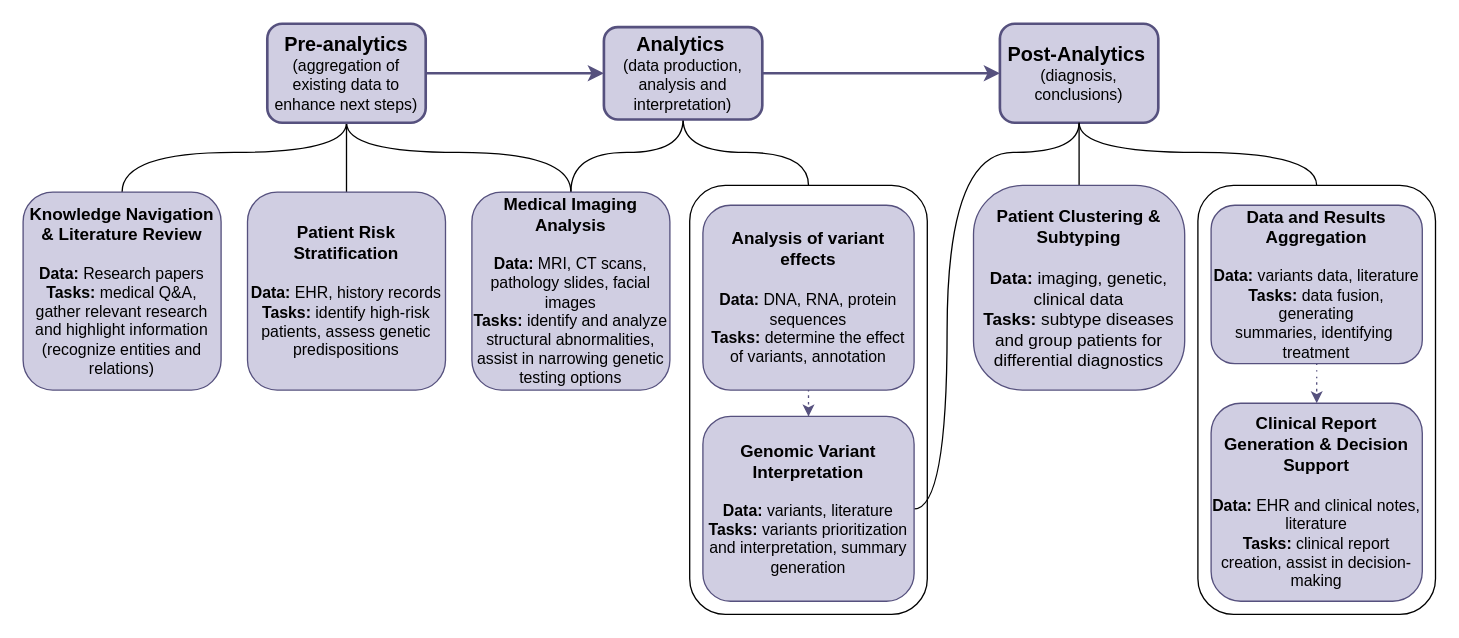
Earlier version of the draw.io diagram imgs/LLM_medical_v4.drawio (TohaRhymes/llm_in_diagnostics). Source tidied: cells renumbered, new cells numbered last; positions are measured from the earlier drawing's top-left corner, leaving out a move shared by most shapes. Both pictures are drawn from the tidied source at 132%, with x=0, y=0 at pixel (22, 22).
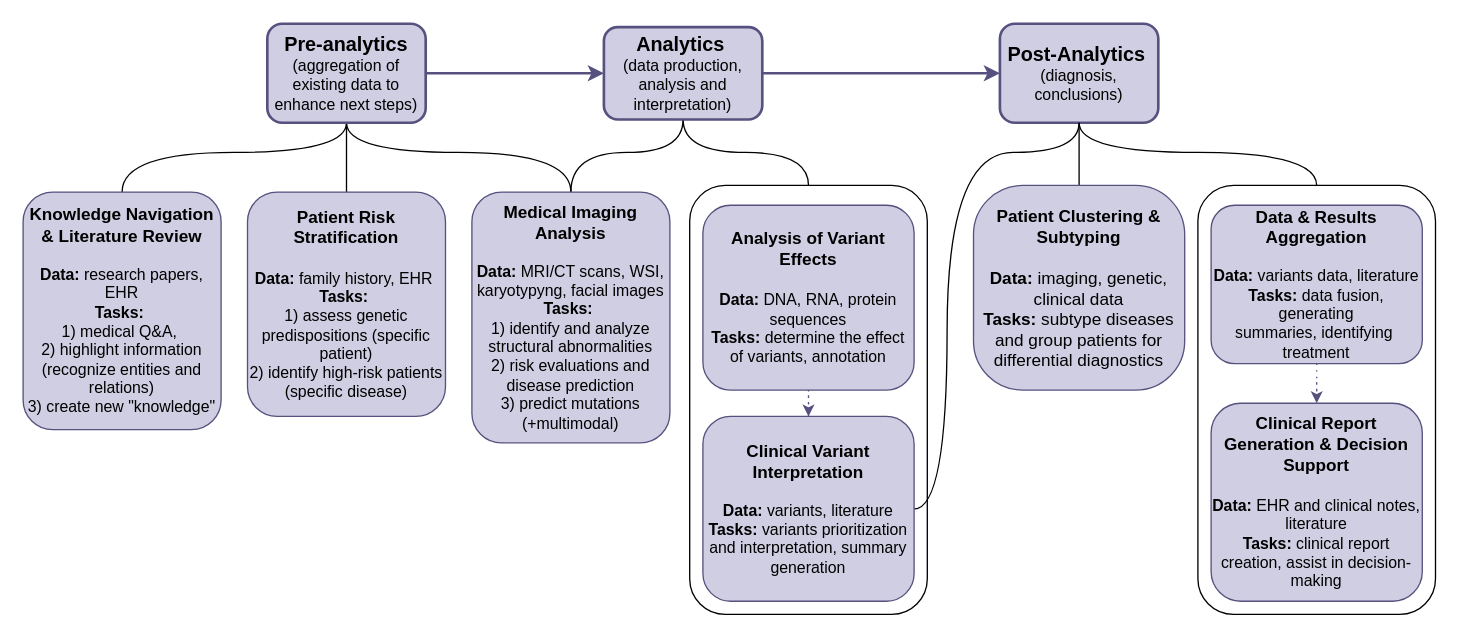
The same page after the edit.

Change to the diagram source:
```diff
@@
-    <mxCell id="13" value="&lt;div&gt;&lt;span style=&quot;font-size: 13px;&quot;&gt;&lt;b&gt;Patient Risk Stratification&lt;/b&gt;&lt;/span&gt;&lt;br&gt;&lt;/div&gt;&lt;div&gt;&lt;span style=&quot;font-size: 13px;&quot;&gt;&lt;b&gt;&lt;br&gt;&lt;/b&gt;&lt;/span&gt;&lt;/div&gt;&lt;div&gt;&lt;b&gt;Data:&lt;/b&gt; EHR, history records&lt;/div&gt;&lt;div&gt;&lt;b&gt;Tasks:&amp;nbsp;&lt;/b&gt;&lt;span style=&quot;background-color: initial;&quot;&gt;identify high-risk patients, assess genetic predispositions&lt;/span&gt;&lt;/div&gt;" style="whiteSpace=wrap;html=1;fillColor=#d0cee2;strokeColor=#56517e;rounded=1;" parent="1" vertex="1">
-      <mxGeometry x="170" y="128" width="150" height="150" as="geometry" />
+    <mxCell id="13" value="&lt;div&gt;&lt;span style=&quot;font-size: 13px;&quot;&gt;&lt;b&gt;Patient Risk Stratification&lt;/b&gt;&lt;/span&gt;&lt;br&gt;&lt;/div&gt;&lt;div&gt;&lt;span style=&quot;font-size: 13px;&quot;&gt;&lt;b&gt;&lt;br&gt;&lt;/b&gt;&lt;/span&gt;&lt;/div&gt;&lt;div&gt;&lt;b&gt;Data:&lt;/b&gt;&amp;nbsp;&lt;span style=&quot;background-color: transparent;&quot;&gt;family history,&amp;nbsp;&lt;/span&gt;&lt;span style=&quot;background-color: transparent;&quot;&gt;EHR&amp;nbsp;&lt;/span&gt;&lt;/div&gt;&lt;div&gt;&lt;b&gt;Tasks:&amp;nbsp;&lt;/b&gt;&lt;/div&gt;&lt;div&gt;&lt;span style=&quot;background-color: transparent;&quot;&gt;1) assess genetic predispositions (specific patient)&lt;/span&gt;&lt;/div&gt;&lt;div&gt;&lt;span style=&quot;background-color: initial;&quot;&gt;2) identify high-risk patients (specific disease)&lt;br&gt;&lt;/span&gt;&lt;/div&gt;" style="whiteSpace=wrap;html=1;fillColor=#d0cee2;strokeColor=#56517e;rounded=1;" parent="1" vertex="1">
+      <mxGeometry x="170" y="128" width="150" height="170" as="geometry" />
     </mxCell>
-    <mxCell id="14" value="&lt;span style=&quot;font-size: 13px;&quot;&gt;&lt;b&gt;Knowledge Navigation &amp;amp; Literature Review&lt;/b&gt;&lt;/span&gt;&lt;br&gt;&lt;div&gt;&lt;br&gt;&lt;/div&gt;&lt;div style=&quot;&quot;&gt;&lt;b&gt;Data:&lt;/b&gt;&amp;nbsp;&lt;span style=&quot;background-color: initial;&quot;&gt;Research papers&lt;/span&gt;&lt;/div&gt;&lt;div style=&quot;&quot;&gt;&lt;span style=&quot;background-color: initial;&quot;&gt;&lt;b&gt;Tasks:&lt;/b&gt;&amp;nbsp;medical Q&amp;amp;A, g&lt;/span&gt;&lt;span style=&quot;background-color: initial;&quot;&gt;ather relevant research and highlight information (recognize entities and relations)&lt;/span&gt;&lt;/div&gt;" style="whiteSpace=wrap;html=1;fillColor=#d0cee2;strokeColor=#56517e;rounded=1;" parent="1" vertex="1">
-      <mxGeometry y="128" width="150" height="150" as="geometry" />
+    <mxCell id="14" value="&lt;span style=&quot;font-size: 13px;&quot;&gt;&lt;b&gt;Knowledge Navigation &amp;amp; Literature Review&lt;/b&gt;&lt;/span&gt;&lt;br&gt;&lt;div&gt;&lt;br&gt;&lt;/div&gt;&lt;div style=&quot;&quot;&gt;&lt;b&gt;Data:&lt;/b&gt;&amp;nbsp;&lt;span style=&quot;background-color: initial;&quot;&gt;research papers, EHR&lt;/span&gt;&lt;/div&gt;&lt;div style=&quot;&quot;&gt;&lt;span style=&quot;background-color: initial;&quot;&gt;&lt;b&gt;Tasks:&lt;/b&gt;&amp;nbsp;&lt;/span&gt;&lt;/div&gt;&lt;div style=&quot;&quot;&gt;&lt;span style=&quot;background-color: initial;&quot;&gt;1) medical Q&amp;amp;A,&amp;nbsp;&lt;/span&gt;&lt;/div&gt;&lt;div style=&quot;&quot;&gt;&lt;span style=&quot;background-color: initial;&quot;&gt;2) highlight information (recognize entities and relations)&lt;/span&gt;&lt;/div&gt;&lt;div style=&quot;&quot;&gt;&lt;span style=&quot;background-color: initial;&quot;&gt;3) create new &quot;knowledge&quot;&lt;/span&gt;&lt;/div&gt;" style="whiteSpace=wrap;html=1;fillColor=#d0cee2;strokeColor=#56517e;rounded=1;" parent="1" vertex="1">
+      <mxGeometry y="128" width="150" height="180" as="geometry" />
     </mxCell>
@@
-    <mxCell id="16" value="&lt;div&gt;&lt;span style=&quot;font-size: 13px;&quot;&gt;&lt;b&gt;Analysis of variant effects&lt;/b&gt;&lt;/span&gt;&lt;/div&gt;&lt;div&gt;&lt;span style=&quot;font-size: 13px;&quot;&gt;&lt;b&gt;&lt;br&gt;&lt;/b&gt;&lt;/span&gt;&lt;/div&gt;&lt;div&gt;&lt;b&gt;Data:&lt;/b&gt;&amp;nbsp;DNA, RNA, protein sequences&lt;/div&gt;&lt;div&gt;&lt;b style=&quot;background-color: initial;&quot;&gt;Tasks:&lt;/b&gt;&lt;span style=&quot;background-color: initial;&quot;&gt;&amp;nbsp;&lt;/span&gt;&lt;span style=&quot;background-color: initial;&quot;&gt;determine the effect of variants,&amp;nbsp;&lt;/span&gt;&lt;span style=&quot;background-color: initial;&quot;&gt;annotation&lt;br&gt;&lt;/span&gt;&lt;/div&gt;" style="whiteSpace=wrap;html=1;fillColor=#d0cee2;strokeColor=#56517e;rounded=1;" parent="1" vertex="1">
+    <mxCell id="16" value="&lt;div&gt;&lt;span style=&quot;font-size: 13px;&quot;&gt;&lt;b&gt;Analysis of Variant Effects&lt;/b&gt;&lt;/span&gt;&lt;/div&gt;&lt;div&gt;&lt;span style=&quot;font-size: 13px;&quot;&gt;&lt;b&gt;&lt;br&gt;&lt;/b&gt;&lt;/span&gt;&lt;/div&gt;&lt;div&gt;&lt;b&gt;Data:&lt;/b&gt;&amp;nbsp;DNA, RNA, protein sequences&lt;/div&gt;&lt;div&gt;&lt;b style=&quot;background-color: initial;&quot;&gt;Tasks:&lt;/b&gt;&lt;span style=&quot;background-color: initial;&quot;&gt;&amp;nbsp;&lt;/span&gt;&lt;span style=&quot;background-color: initial;&quot;&gt;determine the effect of variants,&amp;nbsp;&lt;/span&gt;&lt;span style=&quot;background-color: initial;&quot;&gt;annotation&lt;br&gt;&lt;/span&gt;&lt;/div&gt;" style="whiteSpace=wrap;html=1;fillColor=#d0cee2;strokeColor=#56517e;rounded=1;" parent="1" vertex="1">
       <mxGeometry x="515" y="138" width="160" height="140" as="geometry" />
     </mxCell>
-    <mxCell id="17" value="&lt;span style=&quot;font-size: 13px;&quot;&gt;&lt;b&gt;Genomic Variant Interpretation&lt;/b&gt;&lt;/span&gt;&lt;br&gt;&lt;div&gt;&lt;div&gt;&lt;br&gt;&lt;/div&gt;&lt;div&gt;&lt;b&gt;Data:&lt;/b&gt;&amp;nbsp;variants, literature&lt;/div&gt;&lt;div&gt;&lt;b&gt;Tasks:&lt;/b&gt;&amp;nbsp;variants prioritization and&amp;nbsp;&lt;span style=&quot;background-color: initial;&quot;&gt;interpretation, summary generation&lt;/span&gt;&lt;/div&gt;&lt;/div&gt;" style="whiteSpace=wrap;html=1;fillColor=#d0cee2;strokeColor=#56517e;rounded=1;" parent="1" vertex="1">
+    <mxCell id="17" value="&lt;span style=&quot;font-size: 13px;&quot;&gt;&lt;b&gt;Clinical Variant Interpretation&lt;/b&gt;&lt;/span&gt;&lt;br&gt;&lt;div&gt;&lt;div&gt;&lt;br&gt;&lt;/div&gt;&lt;div&gt;&lt;b&gt;Data:&lt;/b&gt;&amp;nbsp;variants, literature&lt;/div&gt;&lt;div&gt;&lt;b&gt;Tasks:&lt;/b&gt;&amp;nbsp;variants prioritization and&amp;nbsp;&lt;span style=&quot;background-color: initial;&quot;&gt;interpretation, summary generation&lt;/span&gt;&lt;/div&gt;&lt;/div&gt;" style="whiteSpace=wrap;html=1;fillColor=#d0cee2;strokeColor=#56517e;rounded=1;" parent="1" vertex="1">
       <mxGeometry x="515" y="298" width="160" height="140" as="geometry" />
     </mxCell>
-    <mxCell id="18" value="&lt;span style=&quot;font-size: 13px;&quot;&gt;&lt;b&gt;Medical Imaging Analysis&lt;/b&gt;&lt;/span&gt;&lt;br&gt;&lt;div&gt;&lt;div&gt;&lt;br&gt;&lt;/div&gt;&lt;div&gt;&lt;b&gt;Data:&lt;/b&gt;&amp;nbsp;MRI, CT scans, pathology slides, facial images&lt;/div&gt;&lt;div&gt;&lt;b&gt;Tasks:&lt;/b&gt;&amp;nbsp;identify and analyze structural abnormalities, assist in narrowing genetic testing options&lt;/div&gt;&lt;/div&gt;" style="whiteSpace=wrap;html=1;fillColor=#d0cee2;strokeColor=#56517e;rounded=1;" parent="1" vertex="1">
-      <mxGeometry x="340" y="128" width="150" height="150" as="geometry" />
+    <mxCell id="18" value="&lt;span style=&quot;font-size: 13px;&quot;&gt;&lt;b&gt;Medical Imaging Analysis&lt;/b&gt;&lt;/span&gt;&lt;br&gt;&lt;div&gt;&lt;div&gt;&lt;br&gt;&lt;/div&gt;&lt;div&gt;&lt;b&gt;Data:&lt;/b&gt;&amp;nbsp;MRI/CT scans, WSI, karyotypyng, facial images&lt;/div&gt;&lt;div&gt;&lt;b&gt;Tasks:&lt;/b&gt;&amp;nbsp;&lt;/div&gt;&lt;div&gt;1) identify and analyze structural abnormalities&lt;/div&gt;&lt;div&gt;2) risk evaluations and disease prediction&lt;/div&gt;&lt;/div&gt;&lt;div&gt;3) predict mutations (+multimodal)&lt;/div&gt;" style="whiteSpace=wrap;html=1;fillColor=#d0cee2;strokeColor=#56517e;rounded=1;" parent="1" vertex="1">
+      <mxGeometry x="340" y="128" width="150" height="190" as="geometry" />
     </mxCell>
@@
-    <mxCell id="24" value="&lt;span style=&quot;font-size: 13px;&quot;&gt;&lt;b&gt;Data and Results Aggregation&lt;/b&gt;&lt;/span&gt;&lt;br&gt;&lt;div&gt;&lt;div&gt;&lt;br&gt;&lt;/div&gt;&lt;div&gt;&lt;b&gt;Data:&lt;/b&gt;&amp;nbsp;variants data, literature&lt;/div&gt;&lt;div&gt;&lt;b&gt;Tasks:&lt;/b&gt;&amp;nbsp;data fusion, generating summaries,&amp;nbsp;identifying&amp;nbsp; treatment&lt;/div&gt;&lt;/div&gt;" style="whiteSpace=wrap;html=1;fillColor=#d0cee2;strokeColor=#56517e;rounded=1;" parent="1" vertex="1">
+    <mxCell id="24" value="&lt;span style=&quot;font-size: 13px;&quot;&gt;&lt;b&gt;Data &amp;amp; Results Aggregation&lt;/b&gt;&lt;/span&gt;&lt;br&gt;&lt;div&gt;&lt;div&gt;&lt;br&gt;&lt;/div&gt;&lt;div&gt;&lt;b&gt;Data:&lt;/b&gt;&amp;nbsp;variants data, literature&lt;/div&gt;&lt;div&gt;&lt;b&gt;Tasks:&lt;/b&gt;&amp;nbsp;data fusion, generating summaries,&amp;nbsp;identifying&amp;nbsp; treatment&lt;/div&gt;&lt;/div&gt;" style="whiteSpace=wrap;html=1;fillColor=#d0cee2;strokeColor=#56517e;rounded=1;" parent="1" vertex="1">
       <mxGeometry x="900" y="138" width="160" height="120" as="geometry" />
     </mxCell>
```
